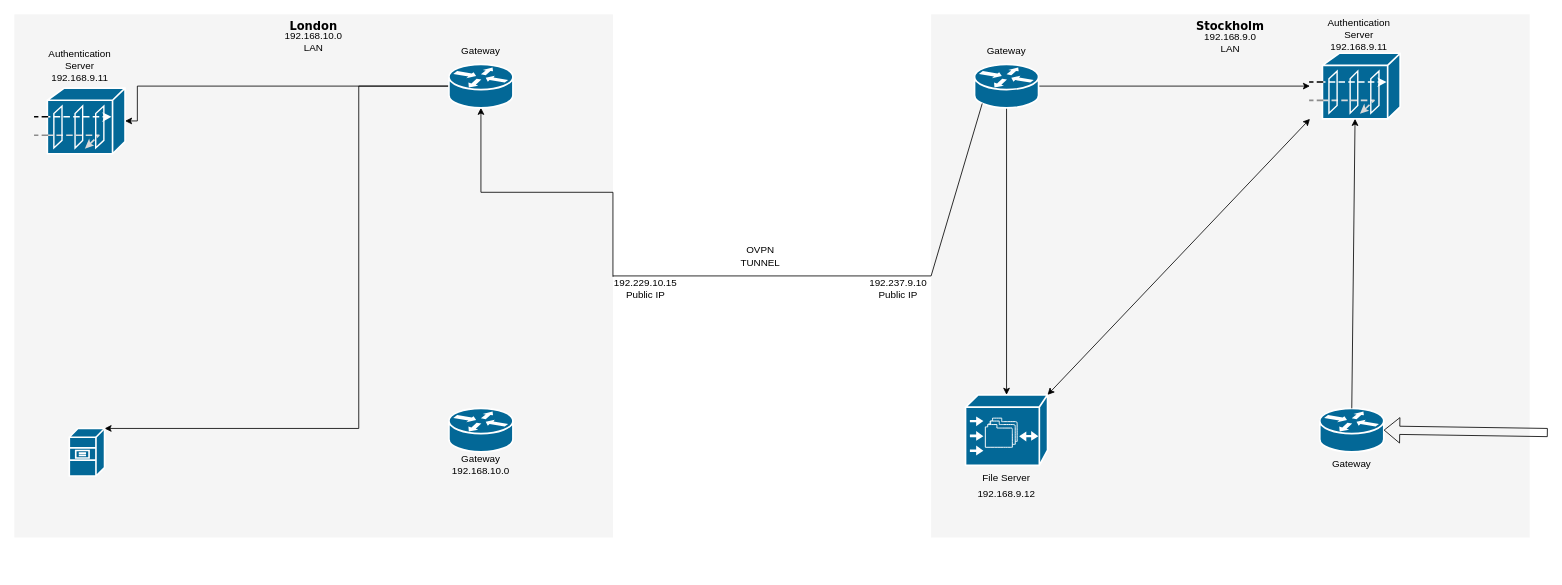
emilstahl97/Building-Networked-Systems-Security-EP2520 keeps this draw.io diagram as Diagrams/Untitled Diagram.drawio. Above is the earlier version. Source tidied: cells renumbered, new cells numbered last; positions are measured from the earlier drawing's top-left corner, leaving out a move shared by most shapes. Both pictures are drawn from the tidied source at 82%, with x=0, y=0 at pixel (14, 14).
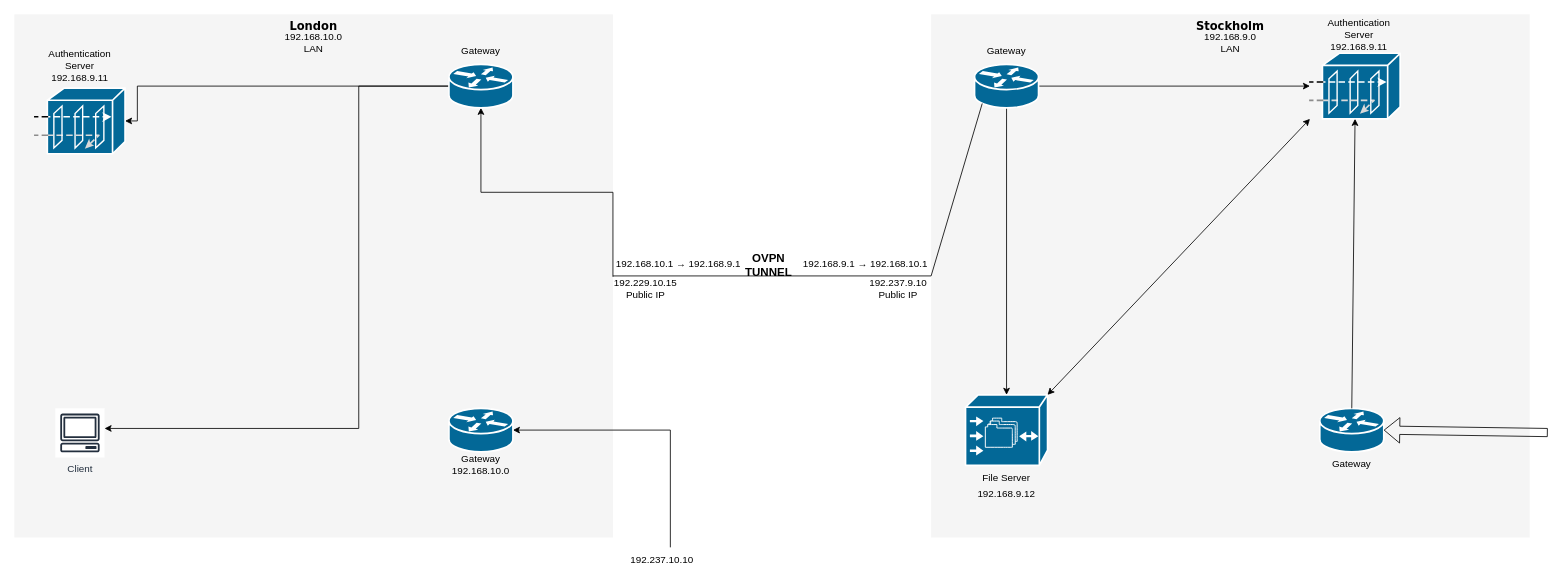
The same diagram, later.

The change refers to these unchanged cells:
```xml
<mxCell id="27" style="shape=mxgraph.cisco.routers.router;sketch=0;html=1;dashed=0;fillColor=#036897;strokeColor=#ffffff;strokeWidth=2;verticalLabelPosition=bottom;verticalAlign=top;align=center;outlineConnect=0;" parent="1" vertex="1">
  <mxGeometry x="530" y="61" width="78" height="53" as="geometry" />
</mxCell>
<mxCell id="31" style="shape=mxgraph.cisco.routers.router;sketch=0;html=1;dashed=0;fillColor=#036897;strokeColor=#ffffff;strokeWidth=2;verticalLabelPosition=bottom;verticalAlign=top;align=center;outlineConnect=0;" parent="1" vertex="1">
  <mxGeometry x="530" y="480.5" width="78" height="53" as="geometry" />
</mxCell>
```

The edit, as a diff of the source:
```diff
@@
-    <mxCell id="6" value="OVPN TUNNEL" style="text;html=1;strokeColor=none;fillColor=none;align=center;verticalAlign=middle;whiteSpace=wrap;rounded=0;" parent="1" vertex="1">
-      <mxGeometry x="880" y="280" width="60" height="30" as="geometry" />
+    <mxCell id="6" value="&lt;h3&gt;OVPN TUNNEL&lt;/h3&gt;" style="text;html=1;strokeColor=none;fillColor=none;align=center;verticalAlign=middle;whiteSpace=wrap;rounded=0;" parent="1" vertex="1">
+      <mxGeometry x="890" y="290" width="60" height="30" as="geometry" />
     </mxCell>
@@
-    <mxCell id="26" style="edgeStyle=orthogonalEdgeStyle;rounded=0;jettySize=auto;html=1;exitX=0;exitY=0.5;exitDx=0;exitDy=0;exitPerimeter=0;" parent="1" edge="1" source="27" target="34">
+    <mxCell id="26" style="edgeStyle=orthogonalEdgeStyle;rounded=0;jettySize=auto;html=1;exitX=0;exitY=0.5;exitDx=0;exitDy=0;exitPerimeter=0;" parent="1" edge="1" source="27">
       <mxGeometry relative="1" as="geometry">
+        <mxPoint x="110" y="505" as="targetPoint" />
         <Array as="points">
           <mxPoint x="420" y="88" />
           <mxPoint x="420" y="505" />
         </Array>
       </mxGeometry>
     </mxCell>
@@
+    <mxCell id="35" style="edgeStyle=orthogonalEdgeStyle;rounded=0;jettySize=auto;html=1;exitX=1;exitY=0.5;exitDx=0;exitDy=0;exitPerimeter=0;entryX=1;entryY=0.5;entryDx=0;entryDy=0;entryPerimeter=0;" parent="1" edge="1" target="31">
+      <mxGeometry relative="1" as="geometry">
+        <mxPoint x="800" y="650" as="sourcePoint" />
+        <Array as="points">
+          <mxPoint x="800" y="507" />
+        </Array>
+      </mxGeometry>
+    </mxCell>
@@
     <mxCell id="33" value="192.168.10.0&lt;br&gt;LAN" style="text;html=1;strokeColor=none;fillColor=none;align=center;verticalAlign=middle;whiteSpace=wrap;rounded=0;" parent="1" vertex="1">
-      <mxGeometry x="335" y="17.5" width="60" height="30" as="geometry" />
+      <mxGeometry x="335" y="20" width="60" height="30" as="geometry" />
     </mxCell>
-    <mxCell id="34" style="shape=mxgraph.cisco.servers.file_server;sketch=0;html=1;dashed=0;fillColor=#036897;strokeColor=#ffffff;strokeWidth=2;verticalLabelPosition=bottom;verticalAlign=top;align=center;outlineConnect=0;" parent="1" vertex="1">
-      <mxGeometry x="67" y="505" width="43" height="58" as="geometry" />
-    </mxCell>
+    <mxCell id="36" value="192.237.10.10" style="text;html=1;strokeColor=none;fillColor=none;align=center;verticalAlign=middle;whiteSpace=wrap;rounded=0;" parent="1" vertex="1">
+      <mxGeometry x="760" y="650" width="60" height="30" as="geometry" />
+    </mxCell>
+    <mxCell id="37" value="&lt;div style=&quot;text-align: left&quot;&gt;&lt;font style=&quot;font-size: 12px&quot;&gt;192.168.10.1&amp;nbsp;&lt;span style=&quot;text-align: center&quot;&gt;→ 192.168.9.1&lt;/span&gt;&lt;/font&gt;&lt;/div&gt;" style="text;html=1;strokeColor=none;fillColor=none;align=center;verticalAlign=middle;whiteSpace=wrap;rounded=0;" parent="1" vertex="1">
+      <mxGeometry x="730" y="290" width="160" height="30" as="geometry" />
+    </mxCell>
+    <mxCell id="38" value="&lt;div style=&quot;text-align: left&quot;&gt;&lt;font style=&quot;font-size: 12px&quot;&gt;192.168.9.1&amp;nbsp;&lt;span style=&quot;text-align: center&quot;&gt;→ 192.168.10.1&lt;/span&gt;&lt;/font&gt;&lt;/div&gt;" style="text;html=1;strokeColor=none;fillColor=none;align=center;verticalAlign=middle;whiteSpace=wrap;rounded=0;" parent="1" vertex="1">
+      <mxGeometry x="958" y="290" width="160" height="30" as="geometry" />
+    </mxCell>
+    <mxCell id="39" value="Client" style="sketch=0;fontColor=#232F3E;gradientColor=none;strokeColor=#232F3E;fillColor=#ffffff;dashed=0;verticalLabelPosition=bottom;verticalAlign=top;align=center;html=1;fontSize=12;fontStyle=0;shape=mxgraph.aws4.resourceIcon;resIcon=mxgraph.aws4.client;fontFamily=Helvetica;" parent="1" vertex="1">
+      <mxGeometry x="50" y="480.5" width="60" height="60" as="geometry" />
+    </mxCell>
```
